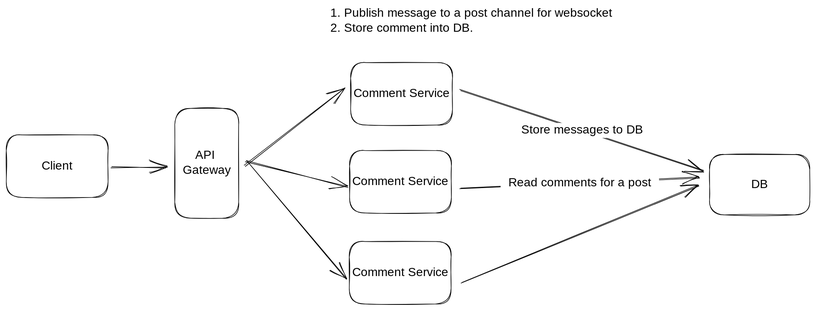
Above: .gitbook/assets/file.excalidraw.svg in dongzeli95/swe-interview (Excalidraw), before the change. Source tidied: one line per element, renumbered; positions are measured from the earlier drawing's top-left corner, leaving out a move shared by most shapes.
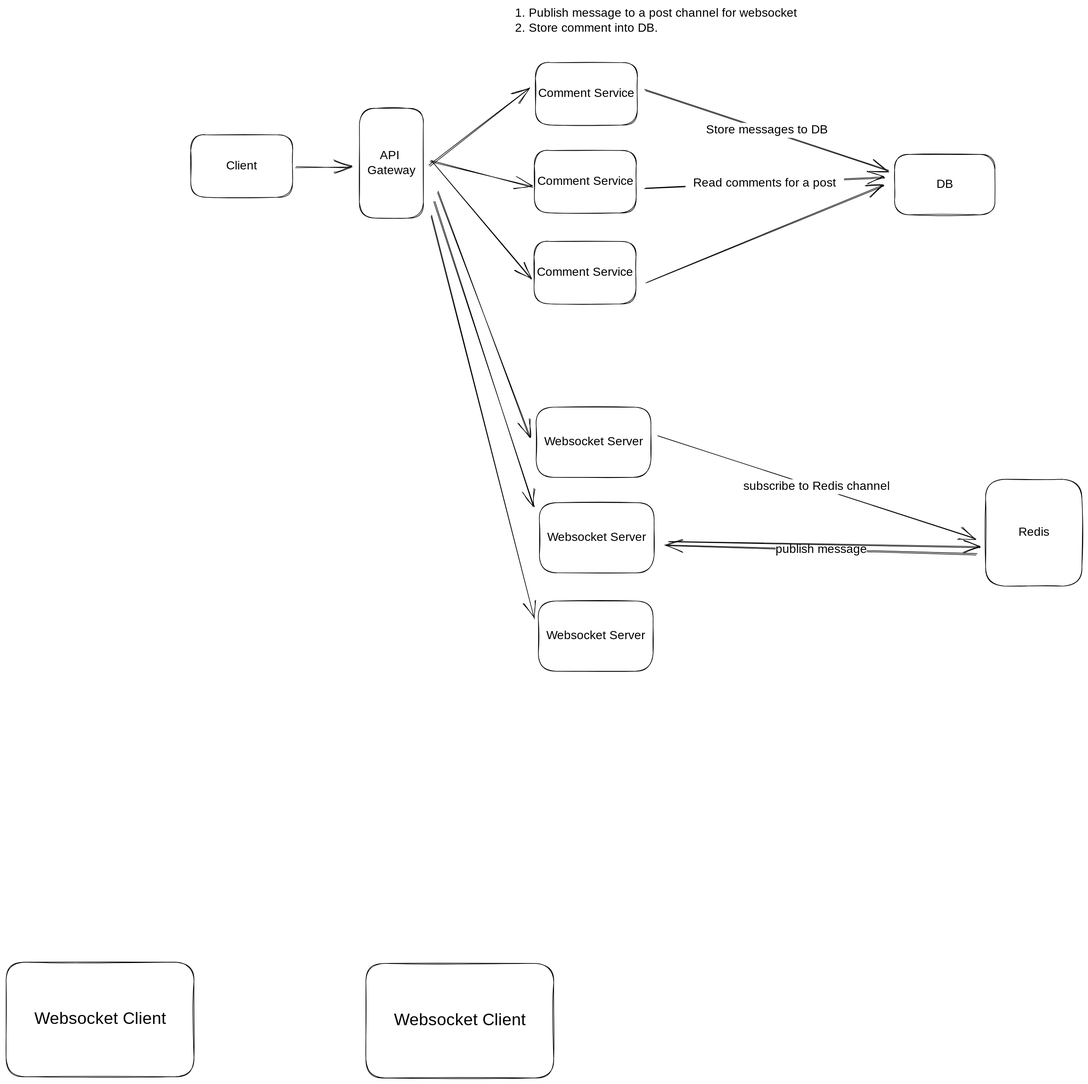
The same diagram one commit later.

Commit message:
GITBOOK-89: change request with no subject merged in GitBook

Change to the diagram source:
```diff
@@ -20,3 +20,23 @@
 {"id": 19, "type": "text", "text": "Read comments for a post", "strokeColor": "#000000", "strokeWidth": 1, "roughness": 1, "fontSize": 20, "fontFamily": 1, "textAlign": "center", "verticalAlign": "middle", "inside": 18, "x": 823, "y": 283, "width": 264, "height": 25}
 {"id": 20, "type": "arrow", "strokeColor": "#000000", "strokeWidth": 1, "roughness": 1, "endArrowhead": "arrow", "round": true, "from": 6, "to": 8, "x": 758, "y": 462, "width": 396, "height": 163, "points": [[0, 0], [396, -163]]}
 {"id": 21, "type": "text", "text": "1. Publish message to a post channel for websocket\n2. Store comment into DB.", "strokeColor": "#000000", "strokeWidth": 1, "roughness": 1, "fontSize": 20, "fontFamily": 1, "x": 540, "y": 0, "width": 509, "height": 50}
+{"id": 22, "type": "rectangle", "strokeColor": "#000000", "strokeWidth": 1, "roughness": 1, "round": true, "x": 575, "y": 668, "width": 191, "height": 117}
+{"id": 23, "type": "text", "text": "Websocket Server", "strokeColor": "#000000", "strokeWidth": 1, "roughness": 1, "fontSize": 20, "fontFamily": 1, "textAlign": "center", "verticalAlign": "middle", "inside": 22, "x": 585, "y": 714, "width": 172, "height": 25}
+{"id": 24, "type": "rectangle", "strokeColor": "#000000", "strokeWidth": 1, "roughness": 1, "round": true, "x": 580, "y": 827, "width": 191, "height": 117}
+{"id": 25, "type": "text", "text": "Websocket Server", "strokeColor": "#000000", "strokeWidth": 1, "roughness": 1, "fontSize": 20, "fontFamily": 1, "textAlign": "center", "verticalAlign": "middle", "inside": 24, "x": 590, "y": 873, "width": 172, "height": 25}
+{"id": 26, "type": "rectangle", "strokeColor": "#000000", "strokeWidth": 1, "roughness": 1, "round": true, "x": 579, "y": 991, "width": 191, "height": 117}
+{"id": 27, "type": "text", "text": "Websocket Server", "strokeColor": "#000000", "strokeWidth": 1, "roughness": 1, "fontSize": 20, "fontFamily": 1, "textAlign": "center", "verticalAlign": "middle", "inside": 26, "x": 588, "y": 1037, "width": 172, "height": 25}
+{"id": 28, "type": "rectangle", "strokeColor": "#000000", "strokeWidth": 1, "roughness": 1, "round": true, "x": 1323, "y": 788, "width": 160, "height": 178}
+{"id": 29, "type": "text", "text": "Redis", "strokeColor": "#000000", "strokeWidth": 1, "roughness": 1, "fontSize": 20, "fontFamily": 1, "textAlign": "center", "verticalAlign": "middle", "inside": 28, "x": 1377, "y": 865, "width": 51, "height": 25}
+{"id": 30, "type": "arrow", "strokeColor": "#000000", "strokeWidth": 1, "roughness": 1, "endArrowhead": "arrow", "round": true, "from": 10, "to": 22, "x": 411, "y": 309, "width": 153, "height": 410, "points": [[0, 0], [153, 410]]}
+{"id": 31, "type": "arrow", "strokeColor": "#000000", "strokeWidth": 1, "roughness": 1, "endArrowhead": "arrow", "round": true, "from": 10, "to": 24, "x": 405, "y": 325, "width": 165, "height": 507, "points": [[0, 0], [165, 507]]}
+{"id": 32, "type": "arrow", "strokeColor": "#000000", "strokeWidth": 1, "roughness": 1, "endArrowhead": "arrow", "round": true, "from": 10, "to": 26, "x": 400, "y": 349, "width": 171, "height": 671, "points": [[0, 0], [171, 671]]}
+{"id": 33, "type": "arrow", "strokeColor": "#000000", "strokeWidth": 1, "roughness": 1, "endArrowhead": "arrow", "round": true, "from": 22, "to": 28, "x": 777, "y": 715, "width": 529, "height": 171, "points": [[0, 0], [529, 171]]}
+{"id": 34, "type": "text", "text": "subscribe to Redis channel", "strokeColor": "#000000", "strokeWidth": 1, "roughness": 1, "fontSize": 20, "fontFamily": 1, "textAlign": "center", "verticalAlign": "middle", "inside": 33, "x": 912, "y": 788, "width": 259, "height": 25}
+{"id": 35, "type": "arrow", "strokeColor": "#000000", "strokeWidth": 1, "roughness": 1, "endArrowhead": "arrow", "round": true, "from": 28, "to": 24, "x": 1309, "y": 913, "width": 520, "height": 15, "points": [[0, 0], [-520, -15]]}
+{"id": 36, "type": "text", "text": "publish message", "strokeColor": "#000000", "strokeWidth": 1, "roughness": 1, "fontSize": 20, "fontFamily": 1, "textAlign": "center", "verticalAlign": "middle", "inside": 35, "x": 973, "y": 893, "width": 151, "height": 25}
+{"id": 37, "type": "arrow", "strokeColor": "#000000", "strokeWidth": 1, "roughness": 1, "endArrowhead": "arrow", "round": true, "from": 24, "to": 28, "x": 796, "y": 891, "width": 517, "height": 10, "points": [[0, 0], [517, 10]]}
+{"id": 38, "type": "rectangle", "strokeColor": "#000000", "strokeWidth": 1, "roughness": 1, "round": true, "x": -307, "y": 1592, "width": 313, "height": 191}
+{"id": 39, "type": "text", "text": "Websocket Client", "strokeColor": "#000000", "strokeWidth": 1, "roughness": 1, "fontSize": 28, "fontFamily": 1, "textAlign": "center", "verticalAlign": "middle", "inside": 38, "x": -266, "y": 1670, "width": 230, "height": 35}
+{"id": 40, "type": "rectangle", "strokeColor": "#000000", "strokeWidth": 1, "roughness": 1, "round": true, "x": 291, "y": 1594, "width": 313, "height": 191}
+{"id": 41, "type": "text", "text": "Websocket Client", "strokeColor": "#000000", "strokeWidth": 1, "roughness": 1, "fontSize": 28, "fontFamily": 1, "textAlign": "center", "verticalAlign": "middle", "inside": 40, "x": 333, "y": 1672, "width": 230, "height": 35}
```
